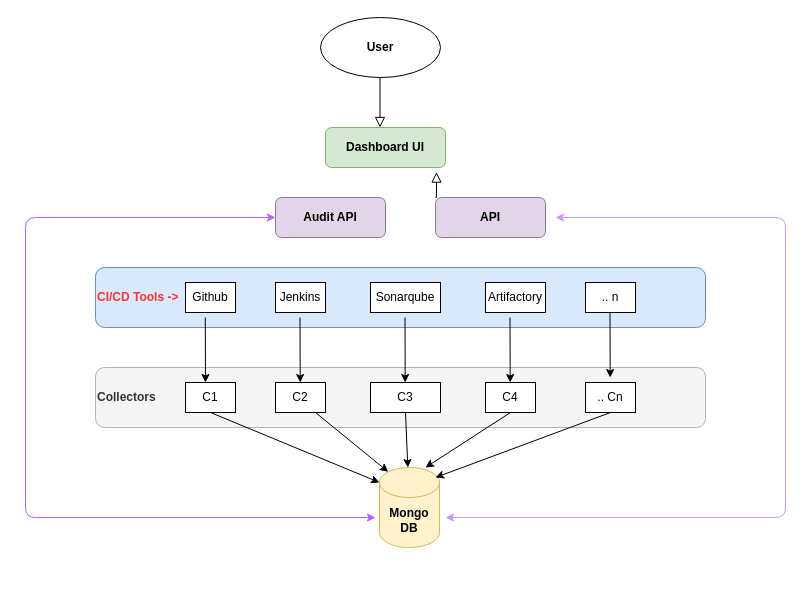
Above: Untitled Diagram.drawio in anup466/katacoda-scenarios (draw.io), before the change. Source tidied: cells renumbered, new cells numbered last; positions are measured from the earlier drawing's top-left corner, leaving out a move shared by most shapes. Both pictures are drawn from the tidied source at 100%, with x=0, y=0 at pixel (25, 17).
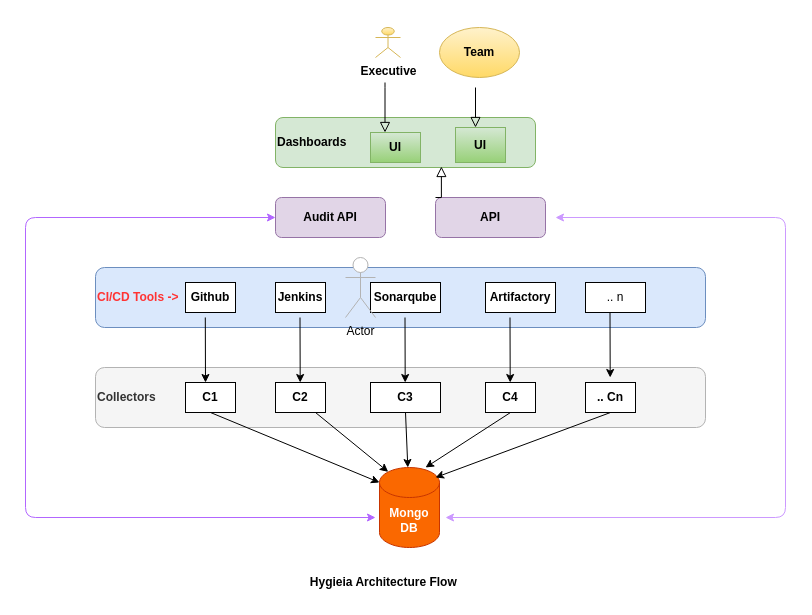
After the change.

The change refers to these unchanged cells:
```xml
<mxCell id="29" value="API" style="whiteSpace=wrap;html=1;rounded=1;shadow=0;strokeWidth=1;glass=0;fillColor=#e1d5e7;strokeColor=#9673a6;fontStyle=1;" parent="1" vertex="1">
  <mxGeometry x="410" y="180" width="110" height="40" as="geometry" />
</mxCell>
```

What changed in the source:
```diff
@@
-    <mxCell id="2" style="rounded=0;html=1;jettySize=auto;orthogonalLoop=1;fontSize=11;endArrow=block;endFill=0;endSize=8;strokeWidth=1;shadow=0;labelBackgroundColor=none;edgeStyle=orthogonalEdgeStyle;" parent="1" edge="1">
-      <mxGeometry relative="1" as="geometry">
-        <mxPoint x="354.5" y="60" as="sourcePoint" />
-        <mxPoint x="354.5" y="110" as="targetPoint" />
-      </mxGeometry>
-    </mxCell>
-    <mxCell id="3" value="User" style="ellipse;whiteSpace=wrap;html=1;fontStyle=1;" parent="1" vertex="1">
-      <mxGeometry x="295" width="120" height="60" as="geometry" />
+    <mxCell id="3" value="Team" style="ellipse;whiteSpace=wrap;html=1;fontStyle=1;fillColor=#fff2cc;strokeColor=#d6b656;gradientColor=#ffd966;" parent="1" vertex="1">
+      <mxGeometry x="414" y="10" width="80" height="50" as="geometry" />
     </mxCell>
-    <mxCell id="4" value="Dashboard UI" style="whiteSpace=wrap;html=1;rounded=1;shadow=0;strokeWidth=1;glass=0;fillColor=#d5e8d4;strokeColor=#82b366;fontStyle=1;" parent="1" vertex="1">
-      <mxGeometry x="300" y="110" width="120" height="40" as="geometry" />
+    <mxCell id="4" value="Dashboards" style="whiteSpace=wrap;html=1;rounded=1;shadow=0;strokeWidth=1;glass=0;fillColor=#d5e8d4;strokeColor=#82b366;fontStyle=1;align=left;" parent="1" vertex="1">
+      <mxGeometry x="250" y="100" width="260" height="50" as="geometry" />
     </mxCell>
@@
-    <mxCell id="6" value="Github" style="rounded=0;whiteSpace=wrap;html=1;" parent="1" vertex="1">
+    <mxCell id="6" value="Github" style="rounded=0;whiteSpace=wrap;html=1;fontStyle=1;" parent="1" vertex="1">
       <mxGeometry x="160" y="265" width="50" height="30" as="geometry" />
     </mxCell>
-    <mxCell id="7" value="Jenkins" style="rounded=0;whiteSpace=wrap;html=1;" parent="1" vertex="1">
+    <mxCell id="7" value="Jenkins" style="rounded=0;whiteSpace=wrap;html=1;fontStyle=1;" parent="1" vertex="1">
       <mxGeometry x="250" y="265" width="50" height="30" as="geometry" />
     </mxCell>
-    <mxCell id="8" value="Sonarqube" style="rounded=0;whiteSpace=wrap;html=1;" parent="1" vertex="1">
+    <mxCell id="8" value="Sonarqube" style="rounded=0;whiteSpace=wrap;html=1;fontStyle=1;" parent="1" vertex="1">
       <mxGeometry x="345" y="265" width="70" height="30" as="geometry" />
     </mxCell>
-    <mxCell id="9" value="Artifactory" style="rounded=0;whiteSpace=wrap;html=1;" parent="1" vertex="1">
-      <mxGeometry x="460" y="265" width="60" height="30" as="geometry" />
+    <mxCell id="9" value="Artifactory" style="rounded=0;whiteSpace=wrap;html=1;fontStyle=1;" parent="1" vertex="1">
+      <mxGeometry x="460" y="265" width="70" height="30" as="geometry" />
     </mxCell>
     <mxCell id="10" value=".. n" style="rounded=0;whiteSpace=wrap;html=1;" parent="1" vertex="1">
-      <mxGeometry x="560" y="265" width="50" height="30" as="geometry" />
+      <mxGeometry x="560" y="265" width="60" height="30" as="geometry" />
     </mxCell>
@@
-    <mxCell id="12" value="C1" style="rounded=0;whiteSpace=wrap;html=1;" parent="1" vertex="1">
+    <mxCell id="12" value="C1" style="rounded=0;whiteSpace=wrap;html=1;fontStyle=1;" parent="1" vertex="1">
       <mxGeometry x="160" y="365" width="50" height="30" as="geometry" />
     </mxCell>
-    <mxCell id="13" value="C2" style="rounded=0;whiteSpace=wrap;html=1;" parent="1" vertex="1">
+    <mxCell id="13" value="C2" style="rounded=0;whiteSpace=wrap;html=1;fontStyle=1;" parent="1" vertex="1">
       <mxGeometry x="250" y="365" width="50" height="30" as="geometry" />
     </mxCell>
-    <mxCell id="14" value="C3" style="rounded=0;whiteSpace=wrap;html=1;" parent="1" vertex="1">
+    <mxCell id="14" value="C3" style="rounded=0;whiteSpace=wrap;html=1;fontStyle=1;" parent="1" vertex="1">
       <mxGeometry x="345" y="365" width="70" height="30" as="geometry" />
     </mxCell>
-    <mxCell id="15" value="C4" style="rounded=0;whiteSpace=wrap;html=1;" parent="1" vertex="1">
+    <mxCell id="15" value="C4" style="rounded=0;whiteSpace=wrap;html=1;fontStyle=1;" parent="1" vertex="1">
       <mxGeometry x="460" y="365" width="50" height="30" as="geometry" />
     </mxCell>
-    <mxCell id="16" value=".. Cn" style="rounded=0;whiteSpace=wrap;html=1;" parent="1" vertex="1">
+    <mxCell id="16" value=".. Cn" style="rounded=0;whiteSpace=wrap;html=1;fontStyle=1;" parent="1" vertex="1">
       <mxGeometry x="560" y="365" width="50" height="30" as="geometry" />
     </mxCell>
-    <mxCell id="17" value="Mongo DB" style="shape=cylinder3;whiteSpace=wrap;html=1;boundedLbl=1;backgroundOutline=1;size=15;fillColor=#fff2cc;strokeColor=#d6b656;fontStyle=1;" parent="1" vertex="1">
+    <mxCell id="17" value="Mongo DB" style="shape=cylinder3;whiteSpace=wrap;html=1;boundedLbl=1;backgroundOutline=1;size=15;fillColor=#fa6800;strokeColor=#C73500;fontStyle=1;fontColor=#ffffff;" parent="1" vertex="1">
       <mxGeometry x="354" y="450" width="60" height="80" as="geometry" />
     </mxCell>
@@
-    <mxCell id="32" style="rounded=0;html=1;jettySize=auto;fontSize=11;endArrow=block;endFill=0;endSize=8;strokeWidth=1;shadow=0;labelBackgroundColor=none;edgeStyle=orthogonalEdgeStyle;exitX=0;exitY=0;exitDx=0;exitDy=0;entryX=0.925;entryY=1.115;entryDx=0;entryDy=0;entryPerimeter=0;" parent="1" edge="1" source="29" target="4">
+    <mxCell id="32" style="rounded=0;html=1;jettySize=auto;fontSize=11;endArrow=block;endFill=0;endSize=8;strokeWidth=1;shadow=0;labelBackgroundColor=none;edgeStyle=orthogonalEdgeStyle;exitX=0;exitY=0;exitDx=0;exitDy=0;entryX=0.638;entryY=0.98;entryDx=0;entryDy=0;entryPerimeter=0;" parent="1" edge="1" source="29" target="4">
       <mxGeometry relative="1" as="geometry" />
     </mxCell>
+    <mxCell id="33" value="Hygieia Architecture Flow&amp;nbsp;" style="text;html=1;strokeColor=none;fillColor=none;align=center;verticalAlign=middle;whiteSpace=wrap;rounded=0;fontStyle=1;" parent="1" vertex="1">
+      <mxGeometry x="220" y="550" width="280" height="30" as="geometry" />
+    </mxCell>
+    <mxCell id="34" value="Actor" style="shape=umlActor;verticalLabelPosition=bottom;verticalAlign=top;html=1;strokeColor=#B3B3B3;" parent="1" vertex="1">
+      <mxGeometry x="320" y="240" width="30" height="60" as="geometry" />
+    </mxCell>
+    <mxCell id="35" value="Executive" style="shape=umlActor;verticalLabelPosition=bottom;verticalAlign=top;html=1;strokeColor=#d6b656;gradientColor=#ffd966;fillColor=#fff2cc;fontStyle=1;" parent="1" vertex="1">
+      <mxGeometry x="350" y="10" width="25" height="30" as="geometry" />
+    </mxCell>
+    <mxCell id="36" value="UI" style="rounded=0;whiteSpace=wrap;html=1;fontStyle=1;gradientColor=#97d077;fillColor=#d5e8d4;strokeColor=#82b366;" parent="1" vertex="1">
+      <mxGeometry x="345" y="115" width="50" height="30" as="geometry" />
+    </mxCell>
+    <mxCell id="37" value="UI" style="rounded=0;whiteSpace=wrap;html=1;fontStyle=1;gradientColor=#97d077;fillColor=#d5e8d4;strokeColor=#82b366;" parent="1" vertex="1">
+      <mxGeometry x="430" y="110" width="50" height="35" as="geometry" />
+    </mxCell>
+    <mxCell id="2" style="rounded=0;html=1;jettySize=auto;orthogonalLoop=1;fontSize=11;endArrow=block;endFill=0;endSize=8;strokeWidth=1;shadow=0;labelBackgroundColor=none;edgeStyle=orthogonalEdgeStyle;" parent="1" edge="1">
+      <mxGeometry relative="1" as="geometry">
+        <mxPoint x="359.5" y="65" as="sourcePoint" />
+        <mxPoint x="359.5" y="115" as="targetPoint" />
+        <Array as="points">
+          <mxPoint x="360" y="70" />
+          <mxPoint x="360" y="70" />
+        </Array>
+      </mxGeometry>
+    </mxCell>
+    <mxCell id="38" style="rounded=0;html=1;jettySize=auto;orthogonalLoop=1;fontSize=11;endArrow=block;endFill=0;endSize=8;strokeWidth=1;shadow=0;labelBackgroundColor=none;edgeStyle=orthogonalEdgeStyle;" parent="1" edge="1">
+      <mxGeometry relative="1" as="geometry">
+        <mxPoint x="450" y="70" as="sourcePoint" />
+        <mxPoint x="450" y="110" as="targetPoint" />
+        <Array as="points">
+          <mxPoint x="450" y="110" />
+          <mxPoint x="450" y="110" />
+        </Array>
+      </mxGeometry>
+    </mxCell>
```
